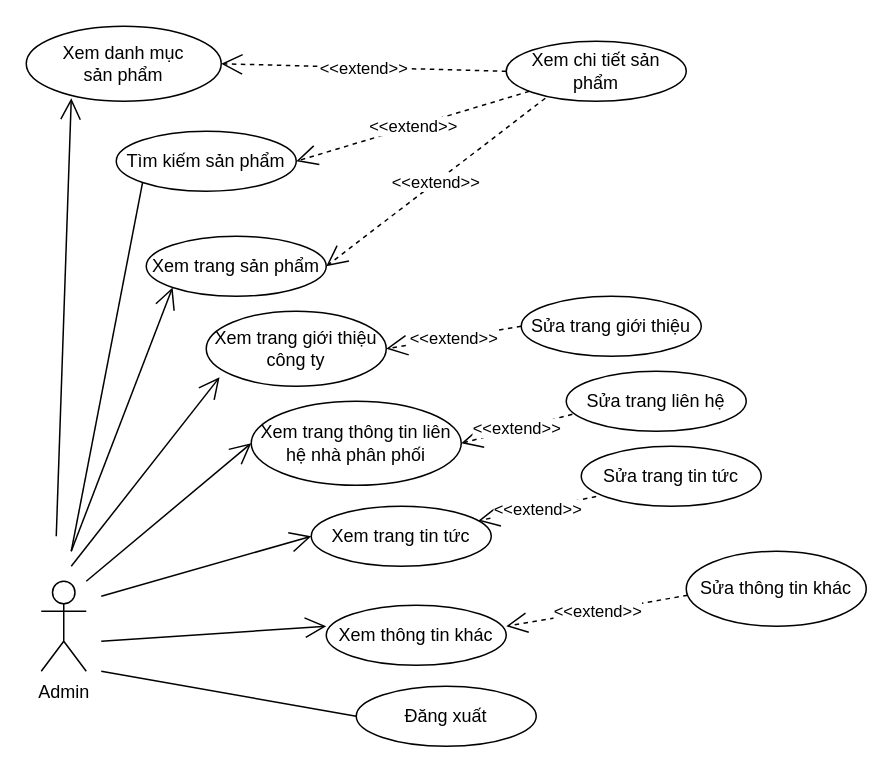
The draw.io diagram Use Case/AdminUC.drawio in hoangminh15/PTTKHT, before the edit. Source tidied: cells renumbered, new cells numbered last; positions are measured from the earlier drawing's top-left corner, leaving out a move shared by most shapes. Both pictures are drawn from the tidied source at 150%, with x=0, y=0 at pixel (26, 26).
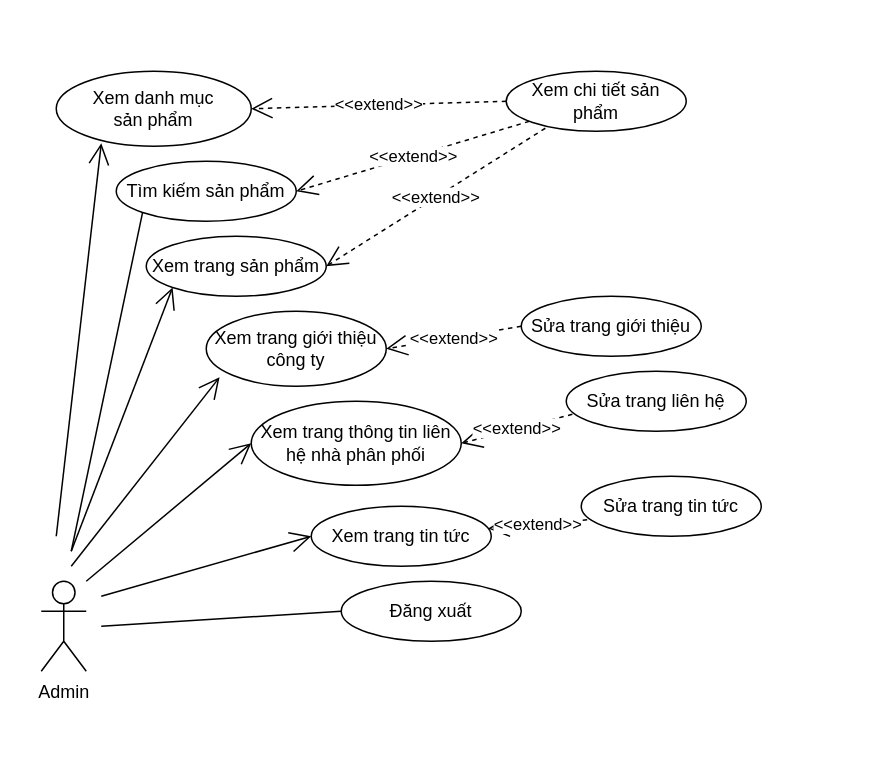
The same page after the edit.

The change refers to these unchanged cells:
```xml
<mxCell id="4" value="Xem trang tin tức" style="ellipse;whiteSpace=wrap;html=1;" parent="1" vertex="1">
  <mxGeometry x="190" y="320" width="120" height="40" as="geometry" />
</mxCell>
```

Diff of the diagram source:
```diff
@@
     <mxCell id="3" value="Đăng xuất" style="ellipse;whiteSpace=wrap;html=1;" parent="1" vertex="1">
-      <mxGeometry x="220" y="440" width="120" height="40" as="geometry" />
+      <mxGeometry x="210" y="370" width="120" height="40" as="geometry" />
     </mxCell>
@@
-    <mxCell id="6" value="Xem thông tin khác" style="ellipse;whiteSpace=wrap;html=1;" parent="1" vertex="1">
-      <mxGeometry x="200" y="386" width="120" height="40" as="geometry" />
-    </mxCell>
@@
-    <mxCell id="10" style="endArrow=open;endFill=1;endSize=12;html=1;entryX=0;entryY=0.35;entryDx=0;entryDy=0;entryPerimeter=0;" parent="1" edge="1" target="6">
-      <mxGeometry relative="1" as="geometry">
-        <mxPoint x="50" y="410" as="sourcePoint" />
-      </mxGeometry>
-    </mxCell>
@@
-    <mxCell id="12" value="&amp;lt;&amp;lt;extend&amp;gt;&amp;gt;" style="endArrow=open;endSize=12;dashed=1;html=1;exitX=0.083;exitY=0.838;exitDx=0;exitDy=0;exitPerimeter=0;" parent="1" edge="1" source="13" target="4">
+    <mxCell id="12" value="&amp;lt;&amp;lt;extend&amp;gt;&amp;gt;" style="endArrow=open;endSize=12;dashed=1;html=1;exitX=0.033;exitY=0.725;exitDx=0;exitDy=0;exitPerimeter=0;" parent="1" edge="1" source="13" target="4">
       <mxGeometry relative="1" as="geometry" />
     </mxCell>
     <mxCell id="13" value="Sửa trang tin tức" style="ellipse;whiteSpace=wrap;html=1;" parent="1" vertex="1">
-      <mxGeometry x="370" y="280" width="120" height="40" as="geometry" />
+      <mxGeometry x="370" y="300" width="120" height="40" as="geometry" />
     </mxCell>
     <mxCell id="14" value="Xem chi tiết sản phẩm" style="ellipse;whiteSpace=wrap;html=1;" parent="1" vertex="1">
-      <mxGeometry x="320" y="10" width="120" height="40" as="geometry" />
+      <mxGeometry x="320" y="30" width="120" height="40" as="geometry" />
     </mxCell>
@@
     <mxCell id="17" value="Tìm kiếm sản phẩm" style="ellipse;whiteSpace=wrap;html=1;" parent="1" vertex="1">
-      <mxGeometry x="60" y="70" width="120" height="40" as="geometry" />
+      <mxGeometry x="60" y="90" width="120" height="40" as="geometry" />
     </mxCell>
@@
     <mxCell id="19" value="Xem danh mục &lt;br&gt;sản phẩm" style="ellipse;whiteSpace=wrap;html=1;" parent="1" vertex="1">
-      <mxGeometry width="130" height="50" as="geometry" />
+      <mxGeometry x="20" y="30" width="130" height="50" as="geometry" />
     </mxCell>
@@
-    <mxCell id="21" value="&amp;lt;&amp;lt;extend&amp;gt;&amp;gt;" style="endArrow=open;endSize=12;dashed=1;html=1;exitX=0.008;exitY=0.588;exitDx=0;exitDy=0;exitPerimeter=0;entryX=1;entryY=0.35;entryDx=0;entryDy=0;entryPerimeter=0;" parent="1" edge="1" source="22" target="6">
-      <mxGeometry relative="1" as="geometry" />
-    </mxCell>
-    <mxCell id="22" value="Sửa thông tin khác" style="ellipse;whiteSpace=wrap;html=1;" parent="1" vertex="1">
-      <mxGeometry x="440" y="350" width="120" height="50" as="geometry" />
-    </mxCell>
@@
     <mxCell id="27" style="endArrow=none;html=1;entryX=0;entryY=0.5;entryDx=0;entryDy=0;" parent="1" edge="1" target="3">
       <mxGeometry relative="1" as="geometry">
-        <mxPoint x="50" y="430" as="sourcePoint" />
+        <mxPoint x="50" y="400" as="sourcePoint" />
       </mxGeometry>
     </mxCell>
```
